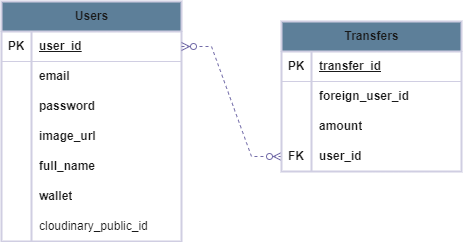
The draw.io diagram demo_credit.drawio.png in je2781/demo-credit, before a commit. Source tidied: cells renumbered, new cells last; positions are measured from the earlier drawing's top-left corner, leaving out a move shared by most shapes.
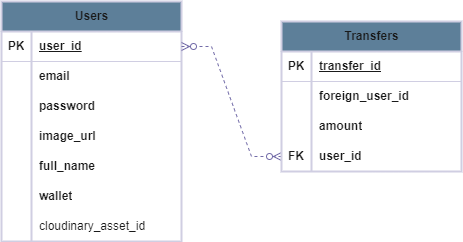
The same file after the commit.

Change to the diagram source:
```diff
@@ -65,7 +65,7 @@
     <mxCell id="22" style="shape=partialRectangle;fillColor=none;top=0;left=0;bottom=0;right=0;overflow=hidden;whiteSpace=wrap;html=1;labelBackgroundColor=none;strokeColor=#D0CEE2;fontColor=#1A1A1A;rounded=1;" parent="21" vertex="1">
       <mxGeometry width="30" height="30" as="geometry" />
     </mxCell>
-    <mxCell id="23" value="cloudinary_public_id" style="shape=partialRectangle;fillColor=none;top=0;left=0;bottom=0;right=0;align=left;spacingLeft=6;overflow=hidden;whiteSpace=wrap;html=1;labelBackgroundColor=none;strokeColor=#D0CEE2;fontColor=#1A1A1A;rounded=1;" parent="21" vertex="1">
+    <mxCell id="23" value="cloudinary_asset_id" style="shape=partialRectangle;fillColor=none;top=0;left=0;bottom=0;right=0;align=left;spacingLeft=6;overflow=hidden;whiteSpace=wrap;html=1;labelBackgroundColor=none;strokeColor=#D0CEE2;fontColor=#1A1A1A;rounded=1;" parent="21" vertex="1">
       <mxGeometry x="30" width="150" height="30" as="geometry" />
     </mxCell>
     <mxCell id="24" style="edgeStyle=entityRelationEdgeStyle;fontSize=12;html=1;endArrow=ERzeroToMany;endFill=1;startArrow=ERzeroToMany;rounded=0;strokeColor=#736CA8;fontColor=#1A1A1A;exitX=1;exitY=0.5;exitDx=0;exitDy=0;entryX=0;entryY=0.5;entryDx=0;entryDy=0;dashed=1;" parent="1" edge="1" source="3" target="35">
```
